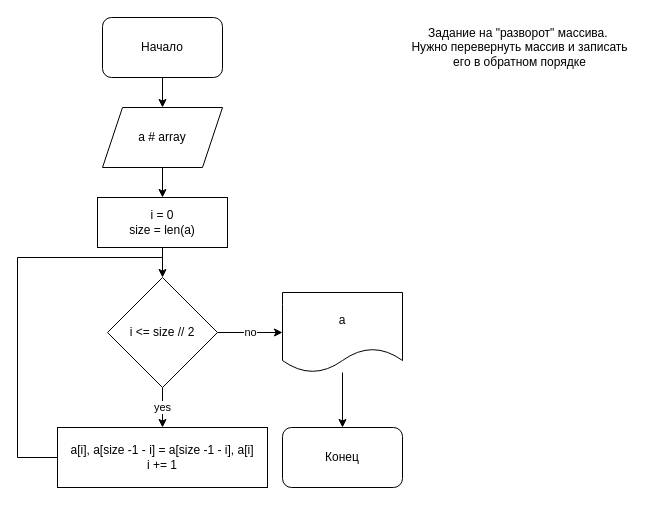
Before: programming_intro/sem2_homework/sem2_homework2.drawio in alter-mind/GbPyDev, a draw.io diagram. Source tidied: cells renumbered, new cells numbered last; positions are measured from the earlier drawing's top-left corner, leaving out a move shared by most shapes. Both pictures are drawn from the tidied source at 100%, with x=0, y=0 at pixel (17, 17).
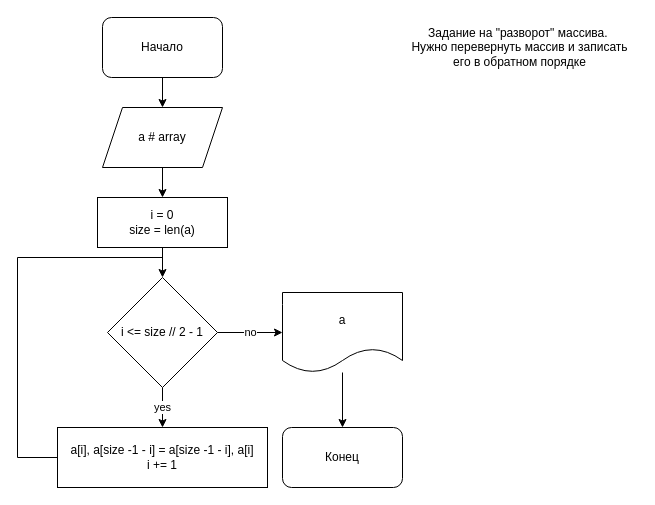
After the change.

Diff of the diagram source:
```diff
@@
-    <mxCell id="10" value="i &amp;lt;= size // 2" style="rhombus;whiteSpace=wrap;html=1;" parent="1" vertex="1">
+    <mxCell id="10" value="i &amp;lt;= size // 2 - 1" style="rhombus;whiteSpace=wrap;html=1;" parent="1" vertex="1">
       <mxGeometry x="90" y="260" width="110" height="110" as="geometry" />
     </mxCell>
```
